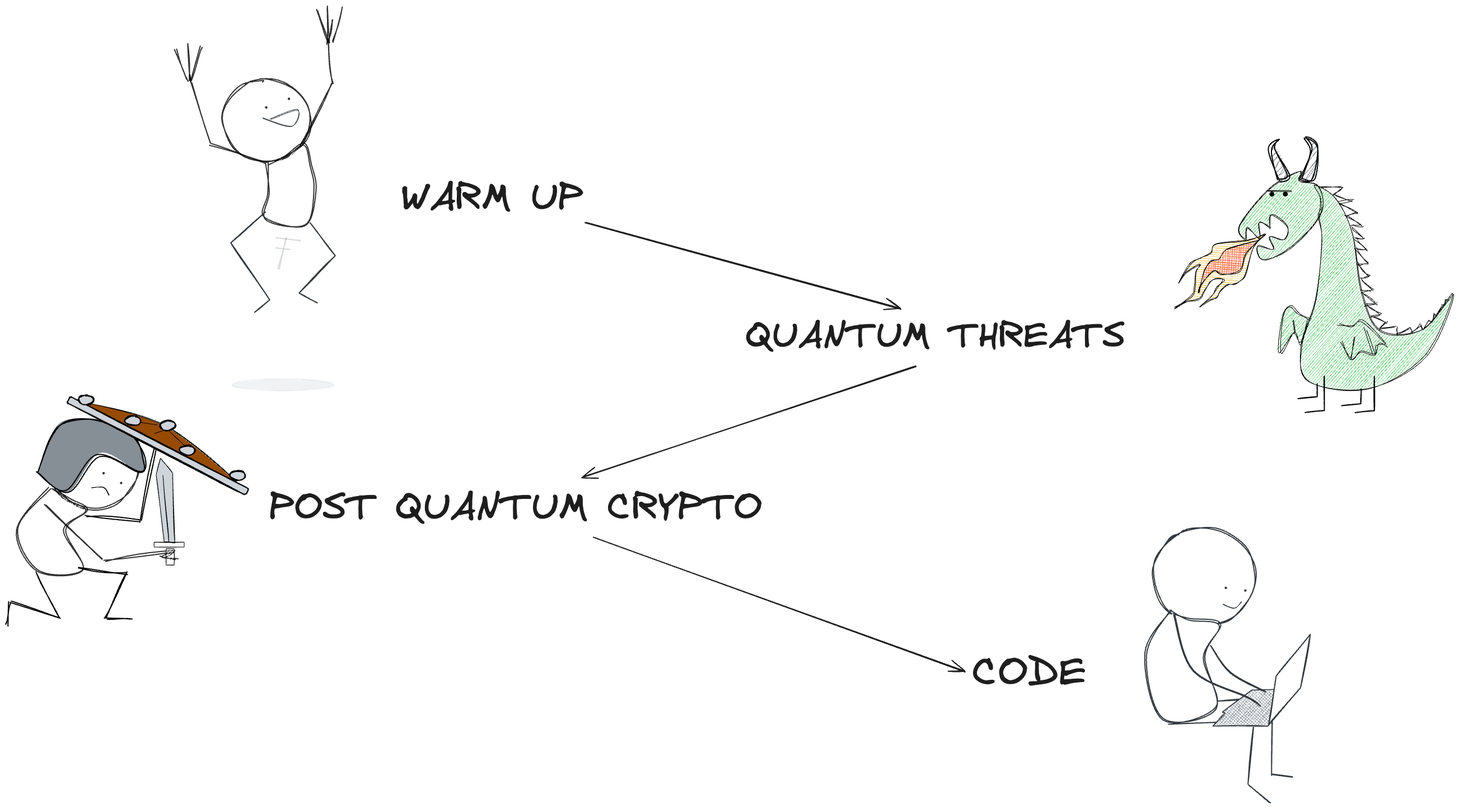
Above: ndclondon-2025/graphics/agenda.excalidraw.png in filipw/filipw.github.io (Excalidraw), before the change. Source tidied: one line per element, renumbered; positions are measured from the earlier drawing's top-left corner, leaving out a move shared by most shapes.
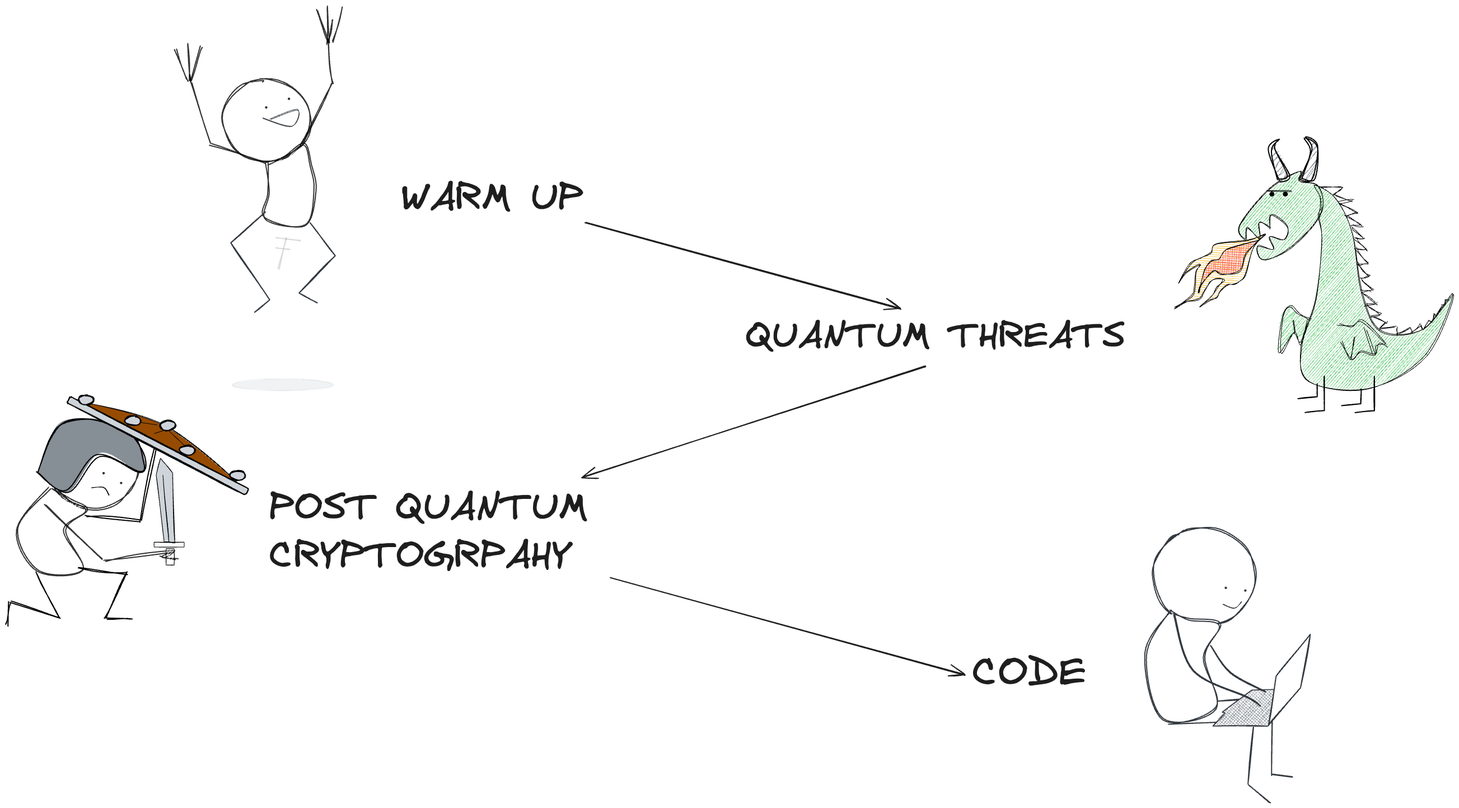
After the change.

Diff of the diagram source:
```diff
@@ -75,10 +75,10 @@
 {"id": 74, "type": "ellipse", "strokeColor": "#000000", "backgroundColor": "#ced4da", "fillStyle": "solid", "strokeWidth": 2, "roughness": 2, "round": true, "x": 398, "y": 805, "width": 27, "height": 17}
 {"id": 75, "type": "ellipse", "strokeColor": "#000000", "backgroundColor": "#ced4da", "fillStyle": "solid", "strokeWidth": 2, "roughness": 2, "round": true, "x": 308, "y": 760, "width": 27, "height": 17}
 {"id": 76, "type": "ellipse", "strokeColor": "#000000", "backgroundColor": "#ced4da", "fillStyle": "solid", "strokeWidth": 2, "roughness": 2, "round": true, "x": 210, "y": 708, "width": 27, "height": 17}
-{"id": 77, "type": "text", "text": "WARM UP", "strokeColor": "#1e1e1e", "strokeWidth": 2, "roughness": 1, "fontSize": 68.95, "fontFamily": 1, "x": 704, "y": 277, "width": 326, "height": 86}
+{"id": 77, "type": "text", "text": "WARM UP", "strokeColor": "#1e1e1e", "strokeWidth": 2, "roughness": 1, "fontSize": 68.95, "fontFamily": 1, "x": 704, "y": 277, "width": 325, "height": 86}
 {"id": 78, "type": "text", "text": "QUANTUM THREATS", "strokeColor": "#1e1e1e", "strokeWidth": 2, "roughness": 1, "fontSize": 65.84, "fontFamily": 1, "x": 1319, "y": 526, "width": 677, "height": 82}
-{"id": 79, "type": "text", "text": "POST QUANTUM CRYPTO", "strokeColor": "#1e1e1e", "strokeWidth": 2, "roughness": 1, "fontSize": 68.59, "fontFamily": 1, "x": 468, "y": 831, "width": 880, "height": 86}
+{"id": 79, "type": "text", "text": "POST QUANTUM \nCRYPTOGRPAHY", "strokeColor": "#1e1e1e", "strokeWidth": 2, "roughness": 1, "fontSize": 68.59, "fontFamily": 1, "x": 468, "y": 831, "width": 604, "height": 171}
 {"id": 80, "type": "text", "text": "CODE", "strokeColor": "#1e1e1e", "strokeWidth": 2, "roughness": 1, "fontSize": 72.17, "fontFamily": 1, "x": 1724, "y": 1123, "width": 204, "height": 90}
 {"id": 81, "type": "arrow", "strokeColor": "#1e1e1e", "strokeWidth": 2, "roughness": 1, "endArrowhead": "arrow", "round": true, "from": 77, "to": 78, "x": 1032, "y": 362, "width": 564, "height": 155, "points": [[0, 0], [564, 155]]}
-{"id": 82, "type": "arrow", "strokeColor": "#1e1e1e", "strokeWidth": 2, "roughness": 1, "endArrowhead": "arrow", "round": true, "from": 78, "to": 79, "x": 1623, "y": 620, "width": 595, "height": 197, "points": [[0, 0], [-595, 197]]}
+{"id": 82, "type": "arrow", "strokeColor": "#1e1e1e", "strokeWidth": 2, "roughness": 1, "endArrowhead": "arrow", "round": true, "from": 78, "to": 79, "x": 1640, "y": 620, "width": 613, "height": 197, "points": [[0, 0], [-613, 197]]}
-{"id": 83, "type": "arrow", "strokeColor": "#1e1e1e", "strokeWidth": 2, "roughness": 1, "endArrowhead": "arrow", "round": true, "from": 79, "to": 80, "x": 1048, "y": 924, "width": 662, "height": 241, "points": [[0, 0], [662, 241]]}
+{"id": 83, "type": "arrow", "strokeColor": "#1e1e1e", "strokeWidth": 2, "roughness": 1, "endArrowhead": "arrow", "round": true, "from": 79, "to": 80, "x": 1079, "y": 996, "width": 631, "height": 174, "points": [[0, 0], [631, 174]]}
```
